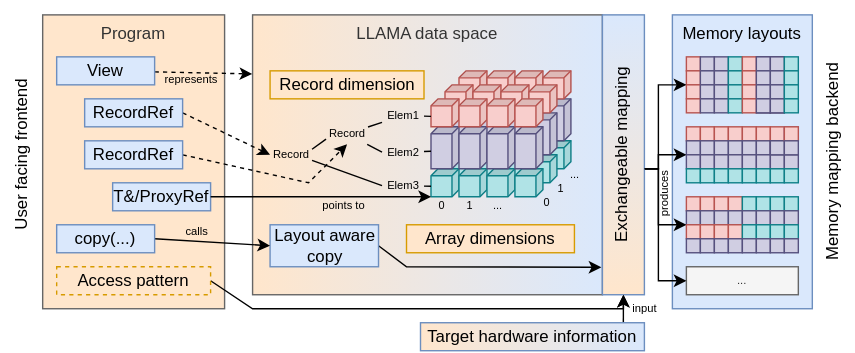
Above: docs/images/concept.svg in alpaka-group/llama (draw.io), before the change. Source tidied: cells renumbered, new cells last; positions are measured from the earlier drawing's top-left corner, leaving out a move shared by most shapes.
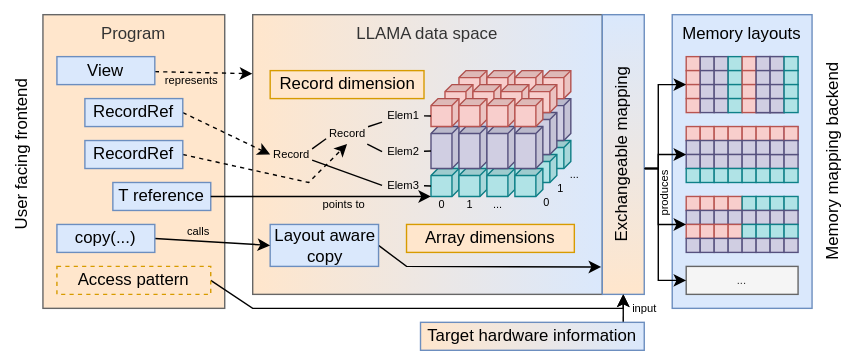
The same file after the commit.

Commit message:
Rephrase reference in concept diagram

This emphasizes that also proxy references could be returned

What changed in the source:
```diff
@@ -47,7 +47,7 @@
     <mxCell id="14" value="RecordRef" style="rounded=0;whiteSpace=wrap;html=1;fillColor=#dae8fc;strokeColor=#6c8ebf;" parent="1" vertex="1">
       <mxGeometry x="60" y="100" width="70" height="20" as="geometry" />
     </mxCell>
-    <mxCell id="15" value="T&amp;amp;/ProxyRef" style="rounded=0;whiteSpace=wrap;html=1;fillColor=#dae8fc;strokeColor=#6c8ebf;" parent="1" vertex="1">
+    <mxCell id="15" value="T reference" style="rounded=0;whiteSpace=wrap;html=1;fillColor=#dae8fc;strokeColor=#6c8ebf;" parent="1" vertex="1">
       <mxGeometry x="80" y="130" width="70" height="20" as="geometry" />
     </mxCell>
     <mxCell id="16" style="shape=cube;whiteSpace=wrap;html=1;boundedLbl=1;backgroundOutline=1;darkOpacity=0.05;darkOpacity2=0.1;labelBackgroundColor=#ffffff;fontSize=7.8;align=left;size=5;rotation=90;fillColor=#b0e3e6;strokeColor=#0e8088;" parent="1" vertex="1">
```
